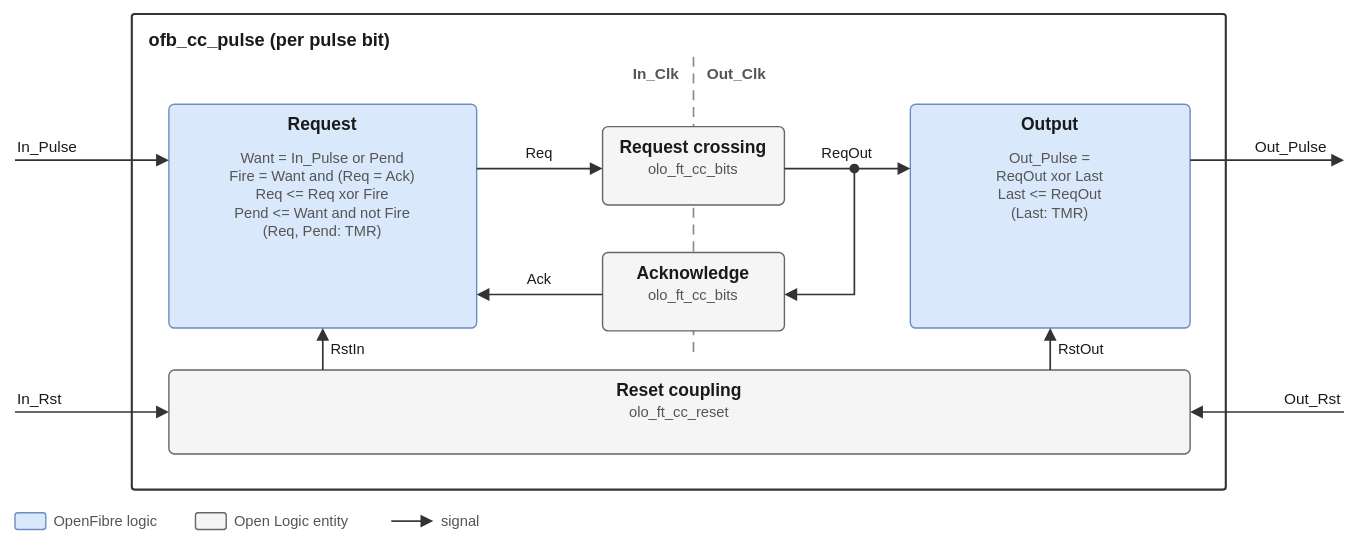
Before: hdl/ofb_pkg/docs/img/ofb_pkg_cc_pulse.drawio.svg, a diagram exported from draw.io (open-space-hdl/openfibre). Source tidied: cells renumbered, new cells last; positions are measured from the earlier drawing's top-left corner, leaving out a move shared by most shapes.
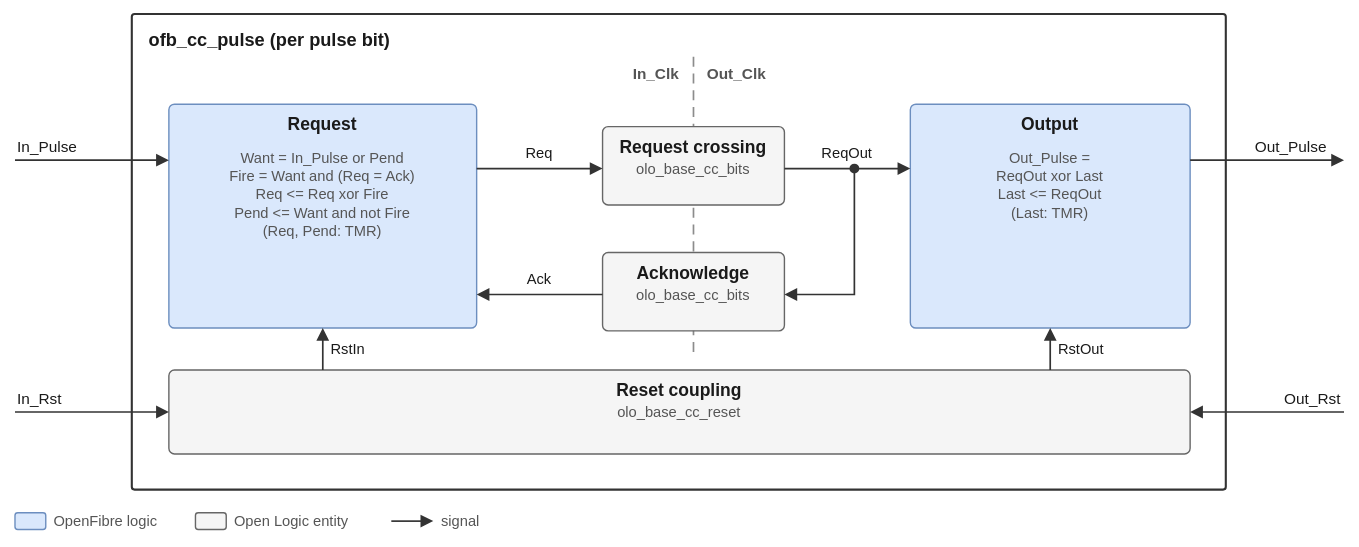
After the commit.

Diff of the diagram source:
```diff
@@ -8,12 +8,12 @@
     <mxCell id="3" value="ofb_cc_pulse (per pulse bit)" style="rounded=1;arcSize=4;absoluteArcSize=1;html=0;fillColor=#ffffff;strokeColor=#333333;strokeWidth=1.5;fontFamily=Helvetica;fontSize=13;fontStyle=1;fontColor=#1a1a1a;align=left;verticalAlign=top;spacingLeft=10;spacingTop=4;" parent="1" vertex="1">
       <mxGeometry x="94" y="10" width="782" height="340" as="geometry" />
     </mxCell>
-    <mxCell id="4" style="html=0;endArrow=none;startArrow=none;dashed=1;dashPattern=6 4;strokeColor=#8c8c8c;strokeWidth=1.2;" parent="1" edge="1">
-      <mxGeometry relative="1" as="geometry">
-        <mxPoint x="495" y="40" as="sourcePoint" />
-        <mxPoint x="495" y="254" as="targetPoint" />
-      </mxGeometry>
-    </mxCell>
+    <mxCell id="48" style="html=0;endArrow=none;startArrow=none;dashed=1;dashPattern=6 4;strokeColor=#8c8c8c;strokeWidth=1.2;" parent="1" edge="1">
+      <mxGeometry relative="1" as="geometry">
+        <mxPoint x="495" y="40" as="sourcePoint" />
+        <mxPoint x="495" y="254" as="targetPoint" />
+      </mxGeometry>
+    </mxCell>
     <mxCell id="5" value="In_Clk" style="text;html=0;fontFamily=Helvetica;fontSize=11;fontColor=#555555;align=right;verticalAlign=middle;fontStyle=1;spacing=0;whiteSpace=nowrap;" parent="1" vertex="1">
       <mxGeometry x="385" y="44" width="100" height="16" as="geometry" />
     </mxCell>
@@ -35,18 +35,18 @@
     <mxCell id="11" value="Request crossing" style="text;html=0;fontFamily=Helvetica;fontSize=12.5;fontColor=#1a1a1a;align=center;verticalAlign=middle;fontStyle=1;spacing=0;whiteSpace=nowrap;" parent="10" vertex="1">
       <mxGeometry y="6" width="130" height="16" as="geometry" />
     </mxCell>
-    <mxCell id="12" value="olo_ft_cc_bits" style="text;html=0;fontFamily=Helvetica;fontSize=10.5;fontColor=#555555;align=center;verticalAlign=middle;fontStyle=0;spacing=0;whiteSpace=nowrap;" parent="10" vertex="1">
-      <mxGeometry y="23" width="130" height="14" as="geometry" />
-    </mxCell>
+    <mxCell id="49" value="olo_base_cc_bits" style="text;html=0;fontFamily=Helvetica;fontSize=10.5;fontColor=#555555;align=center;verticalAlign=middle;fontStyle=0;spacing=0;whiteSpace=nowrap;" parent="10" vertex="1">
+      <mxGeometry y="23" width="130" height="14" as="geometry" />
+    </mxCell>
     <mxCell id="13" style="rounded=1;arcSize=8;absoluteArcSize=1;html=0;fillColor=#f5f5f5;strokeColor=#666666;" parent="1" vertex="1">
       <mxGeometry x="430" y="180" width="130" height="56" as="geometry" />
     </mxCell>
     <mxCell id="14" value="Acknowledge" style="text;html=0;fontFamily=Helvetica;fontSize=12.5;fontColor=#1a1a1a;align=center;verticalAlign=middle;fontStyle=1;spacing=0;whiteSpace=nowrap;" parent="13" vertex="1">
       <mxGeometry y="6" width="130" height="16" as="geometry" />
     </mxCell>
-    <mxCell id="15" value="olo_ft_cc_bits" style="text;html=0;fontFamily=Helvetica;fontSize=10.5;fontColor=#555555;align=center;verticalAlign=middle;fontStyle=0;spacing=0;whiteSpace=nowrap;" parent="13" vertex="1">
-      <mxGeometry y="23" width="130" height="14" as="geometry" />
-    </mxCell>
+    <mxCell id="50" value="olo_base_cc_bits" style="text;html=0;fontFamily=Helvetica;fontSize=10.5;fontColor=#555555;align=center;verticalAlign=middle;fontStyle=0;spacing=0;whiteSpace=nowrap;" parent="13" vertex="1">
+      <mxGeometry y="23" width="130" height="14" as="geometry" />
+    </mxCell>
     <mxCell id="16" style="rounded=1;arcSize=8;absoluteArcSize=1;html=0;fillColor=#dae8fc;strokeColor=#6c8ebf;" parent="1" vertex="1">
       <mxGeometry x="650" y="74" width="200" height="160" as="geometry" />
     </mxCell>
@@ -62,9 +62,9 @@
     <mxCell id="20" value="Reset coupling" style="text;html=0;fontFamily=Helvetica;fontSize=12.5;fontColor=#1a1a1a;align=center;verticalAlign=middle;fontStyle=1;spacing=0;whiteSpace=nowrap;" parent="19" vertex="1">
       <mxGeometry y="6" width="730" height="16" as="geometry" />
     </mxCell>
-    <mxCell id="21" value="olo_ft_cc_reset" style="text;html=0;fontFamily=Helvetica;fontSize=10.5;fontColor=#555555;align=center;verticalAlign=middle;fontStyle=0;spacing=0;whiteSpace=nowrap;" parent="19" vertex="1">
-      <mxGeometry y="23" width="730" height="14" as="geometry" />
-    </mxCell>
+    <mxCell id="51" value="olo_base_cc_reset" style="text;html=0;fontFamily=Helvetica;fontSize=10.5;fontColor=#555555;align=center;verticalAlign=middle;fontStyle=0;spacing=0;whiteSpace=nowrap;" parent="19" vertex="1">
+      <mxGeometry y="23" width="730" height="14" as="geometry" />
+    </mxCell>
     <mxCell id="22" style="html=0;rounded=0;edgeStyle=none;strokeColor=#333333;strokeWidth=1.2;endArrow=block;endFill=1;endSize=6;startArrow=none;startFill=1;startSize=6;fontFamily=Helvetica;fontSize=10.5;fontColor=#1a1a1a;labelBackgroundColor=#ffffff;exitX=1.0000;exitY=0.2875;exitDx=0;exitDy=0;exitPerimeter=0;entryX=0.0000;entryY=0.5357;entryDx=0;entryDy=0;entryPerimeter=0;" parent="1" edge="1" source="7" target="10">
       <mxGeometry relative="1" as="geometry" />
     </mxCell>
@@ -80,14 +80,14 @@
     <mxCell id="26" style="ellipse;html=0;fillColor=#333333;strokeColor=none;" parent="1" vertex="1">
       <mxGeometry x="606.5" y="116.5" width="7" height="7" as="geometry" />
     </mxCell>
-    <mxCell id="27" style="html=0;rounded=0;edgeStyle=none;strokeColor=#333333;strokeWidth=1.2;endArrow=block;endFill=1;endSize=6;startArrow=none;startFill=1;startSize=6;fontFamily=Helvetica;fontSize=10.5;fontColor=#1a1a1a;labelBackgroundColor=#ffffff;entryX=1.0000;entryY=0.5357;entryDx=0;entryDy=0;entryPerimeter=0;" parent="1" edge="1" target="13">
-      <mxGeometry relative="1" as="geometry">
-        <mxPoint x="610" y="120" as="sourcePoint" />
-        <Array as="points">
-          <mxPoint x="610" y="210" />
-        </Array>
-      </mxGeometry>
-    </mxCell>
+    <mxCell id="52" style="html=0;rounded=0;edgeStyle=none;strokeColor=#333333;strokeWidth=1.2;endArrow=block;endFill=1;endSize=6;startArrow=none;startFill=1;startSize=6;fontFamily=Helvetica;fontSize=10.5;fontColor=#1a1a1a;labelBackgroundColor=#ffffff;entryX=1.0000;entryY=0.5357;entryDx=0;entryDy=0;entryPerimeter=0;" parent="1" edge="1" target="13">
+      <mxGeometry relative="1" as="geometry">
+        <mxPoint x="610" y="120" as="sourcePoint" />
+        <Array as="points">
+          <mxPoint x="610" y="210" />
+        </Array>
+      </mxGeometry>
+    </mxCell>
     <mxCell id="28" style="html=0;rounded=0;edgeStyle=none;strokeColor=#333333;strokeWidth=1.2;endArrow=block;endFill=1;endSize=6;startArrow=none;startFill=1;startSize=6;fontFamily=Helvetica;fontSize=10.5;fontColor=#1a1a1a;labelBackgroundColor=#ffffff;exitX=0.0000;exitY=0.5357;exitDx=0;exitDy=0;exitPerimeter=0;entryX=1.0000;entryY=0.8500;entryDx=0;entryDy=0;entryPerimeter=0;" parent="1" edge="1" source="13" target="7">
       <mxGeometry relative="1" as="geometry" />
     </mxCell>
@@ -106,35 +106,35 @@
     <mxCell id="33" value="RstOut" style="text;html=0;fontFamily=Helvetica;fontSize=10.5;fontColor=#1a1a1a;align=left;verticalAlign=middle;fontStyle=0;spacing=0;whiteSpace=nowrap;" parent="1" vertex="1">
       <mxGeometry x="756" y="242" width="41" height="14" as="geometry" />
     </mxCell>
-    <mxCell id="34" style="html=0;rounded=0;edgeStyle=none;strokeColor=#333333;strokeWidth=1.2;endArrow=block;endFill=1;endSize=6;startArrow=none;startFill=1;startSize=6;fontFamily=Helvetica;fontSize=10.5;fontColor=#1a1a1a;labelBackgroundColor=#ffffff;entryX=0.0000;entryY=0.2500;entryDx=0;entryDy=0;entryPerimeter=0;" parent="1" edge="1" target="7">
-      <mxGeometry relative="1" as="geometry">
-        <mxPoint x="10" y="114" as="sourcePoint" />
-      </mxGeometry>
-    </mxCell>
+    <mxCell id="53" style="html=0;rounded=0;edgeStyle=none;strokeColor=#333333;strokeWidth=1.2;endArrow=block;endFill=1;endSize=6;startArrow=none;startFill=1;startSize=6;fontFamily=Helvetica;fontSize=10.5;fontColor=#1a1a1a;labelBackgroundColor=#ffffff;entryX=0.0000;entryY=0.2500;entryDx=0;entryDy=0;entryPerimeter=0;" parent="1" edge="1" target="7">
+      <mxGeometry relative="1" as="geometry">
+        <mxPoint x="10" y="114" as="sourcePoint" />
+      </mxGeometry>
+    </mxCell>
     <mxCell id="35" value="In_Pulse" style="text;html=0;fontFamily=Helvetica;fontSize=11;fontColor=#1a1a1a;align=left;verticalAlign=middle;fontStyle=0;spacing=0;whiteSpace=nowrap;" parent="1" vertex="1">
       <mxGeometry x="12" y="97" width="76" height="15" as="geometry" />
     </mxCell>
-    <mxCell id="36" style="html=0;rounded=0;edgeStyle=none;strokeColor=#333333;strokeWidth=1.2;endArrow=block;endFill=1;endSize=6;startArrow=none;startFill=1;startSize=6;fontFamily=Helvetica;fontSize=10.5;fontColor=#1a1a1a;labelBackgroundColor=#ffffff;exitX=1.0000;exitY=0.2500;exitDx=0;exitDy=0;exitPerimeter=0;" parent="1" edge="1" source="16">
-      <mxGeometry relative="1" as="geometry">
-        <mxPoint x="960" y="114" as="targetPoint" />
-      </mxGeometry>
-    </mxCell>
+    <mxCell id="54" style="html=0;rounded=0;edgeStyle=none;strokeColor=#333333;strokeWidth=1.2;endArrow=block;endFill=1;endSize=6;startArrow=none;startFill=1;startSize=6;fontFamily=Helvetica;fontSize=10.5;fontColor=#1a1a1a;labelBackgroundColor=#ffffff;exitX=1.0000;exitY=0.2500;exitDx=0;exitDy=0;exitPerimeter=0;" parent="1" edge="1" source="16">
+      <mxGeometry relative="1" as="geometry">
+        <mxPoint x="960" y="114" as="targetPoint" />
+      </mxGeometry>
+    </mxCell>
     <mxCell id="37" value="Out_Pulse" style="text;html=0;fontFamily=Helvetica;fontSize=11;fontColor=#1a1a1a;align=right;verticalAlign=middle;fontStyle=0;spacing=0;whiteSpace=nowrap;" parent="1" vertex="1">
       <mxGeometry x="882" y="97" width="66" height="15" as="geometry" />
     </mxCell>
-    <mxCell id="38" style="html=0;rounded=0;edgeStyle=none;strokeColor=#333333;strokeWidth=1.2;endArrow=block;endFill=1;endSize=6;startArrow=none;startFill=1;startSize=6;fontFamily=Helvetica;fontSize=10.5;fontColor=#1a1a1a;labelBackgroundColor=#ffffff;entryX=0.0000;entryY=0.5000;entryDx=0;entryDy=0;entryPerimeter=0;" parent="1" edge="1" target="19">
-      <mxGeometry relative="1" as="geometry">
-        <mxPoint x="10" y="294" as="sourcePoint" />
-      </mxGeometry>
-    </mxCell>
+    <mxCell id="55" style="html=0;rounded=0;edgeStyle=none;strokeColor=#333333;strokeWidth=1.2;endArrow=block;endFill=1;endSize=6;startArrow=none;startFill=1;startSize=6;fontFamily=Helvetica;fontSize=10.5;fontColor=#1a1a1a;labelBackgroundColor=#ffffff;entryX=0.0000;entryY=0.5000;entryDx=0;entryDy=0;entryPerimeter=0;" parent="1" edge="1" target="19">
+      <mxGeometry relative="1" as="geometry">
+        <mxPoint x="10" y="294" as="sourcePoint" />
+      </mxGeometry>
+    </mxCell>
     <mxCell id="39" value="In_Rst" style="text;html=0;fontFamily=Helvetica;fontSize=11;fontColor=#1a1a1a;align=left;verticalAlign=middle;fontStyle=0;spacing=0;whiteSpace=nowrap;" parent="1" vertex="1">
       <mxGeometry x="12" y="277" width="76" height="15" as="geometry" />
     </mxCell>
-    <mxCell id="40" style="html=0;rounded=0;edgeStyle=none;strokeColor=#333333;strokeWidth=1.2;endArrow=block;endFill=1;endSize=6;startArrow=none;startFill=1;startSize=6;fontFamily=Helvetica;fontSize=10.5;fontColor=#1a1a1a;labelBackgroundColor=#ffffff;entryX=1.0000;entryY=0.5000;entryDx=0;entryDy=0;entryPerimeter=0;" parent="1" edge="1" target="19">
-      <mxGeometry relative="1" as="geometry">
-        <mxPoint x="960" y="294" as="sourcePoint" />
-      </mxGeometry>
-    </mxCell>
+    <mxCell id="56" style="html=0;rounded=0;edgeStyle=none;strokeColor=#333333;strokeWidth=1.2;endArrow=block;endFill=1;endSize=6;startArrow=none;startFill=1;startSize=6;fontFamily=Helvetica;fontSize=10.5;fontColor=#1a1a1a;labelBackgroundColor=#ffffff;entryX=1.0000;entryY=0.5000;entryDx=0;entryDy=0;entryPerimeter=0;" parent="1" edge="1" target="19">
+      <mxGeometry relative="1" as="geometry">
+        <mxPoint x="960" y="294" as="sourcePoint" />
+      </mxGeometry>
+    </mxCell>
     <mxCell id="41" value="Out_Rst" style="text;html=0;fontFamily=Helvetica;fontSize=11;fontColor=#1a1a1a;align=right;verticalAlign=middle;fontStyle=0;spacing=0;whiteSpace=nowrap;" parent="1" vertex="1">
       <mxGeometry x="882" y="277" width="76" height="15" as="geometry" />
     </mxCell>
@@ -150,12 +150,12 @@
     <mxCell id="45" value="Open Logic entity" style="text;html=0;fontFamily=Helvetica;fontSize=10.5;fontColor=#555555;align=left;verticalAlign=middle;fontStyle=0;spacing=0;whiteSpace=nowrap;" parent="1" vertex="1">
       <mxGeometry x="167" y="364" width="96" height="16" as="geometry" />
     </mxCell>
-    <mxCell id="46" style="html=0;rounded=0;edgeStyle=none;strokeColor=#333333;strokeWidth=1.2;endArrow=block;endFill=1;endSize=6;startArrow=none;startFill=1;startSize=6;fontFamily=Helvetica;fontSize=10.5;fontColor=#1a1a1a;labelBackgroundColor=#ffffff;" parent="1" edge="1">
-      <mxGeometry relative="1" as="geometry">
-        <mxPoint x="279" y="372" as="sourcePoint" />
-        <mxPoint x="309" y="372" as="targetPoint" />
-      </mxGeometry>
-    </mxCell>
+    <mxCell id="57" style="html=0;rounded=0;edgeStyle=none;strokeColor=#333333;strokeWidth=1.2;endArrow=block;endFill=1;endSize=6;startArrow=none;startFill=1;startSize=6;fontFamily=Helvetica;fontSize=10.5;fontColor=#1a1a1a;labelBackgroundColor=#ffffff;" parent="1" edge="1">
+      <mxGeometry relative="1" as="geometry">
+        <mxPoint x="279" y="372" as="sourcePoint" />
+        <mxPoint x="309" y="372" as="targetPoint" />
+      </mxGeometry>
+    </mxCell>
     <mxCell id="47" value="signal" style="text;html=0;fontFamily=Helvetica;fontSize=10.5;fontColor=#555555;align=left;verticalAlign=middle;fontStyle=0;spacing=0;whiteSpace=nowrap;" parent="1" vertex="1">
       <mxGeometry x="315" y="364" width="36" height="16" as="geometry" />
     </mxCell>
```
